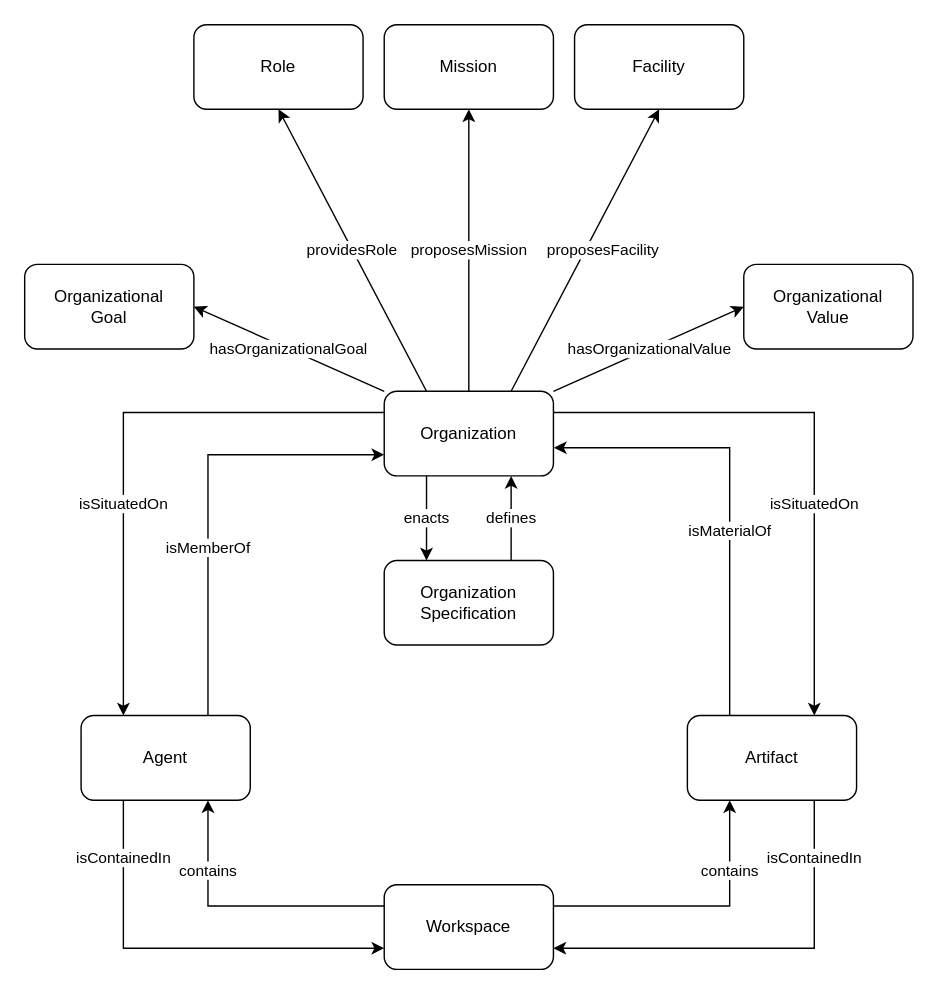
HyperAgents/hmas keeps this draw.io diagram as domains/logistics/create-organization/create-organization.drawio. Above is the earlier version. Source tidied: cells renumbered, new cells numbered last; positions are measured from the earlier drawing's top-left corner, leaving out a move shared by most shapes. Both pictures are drawn from the tidied source at 141%, with x=0, y=0 at pixel (24, 24).
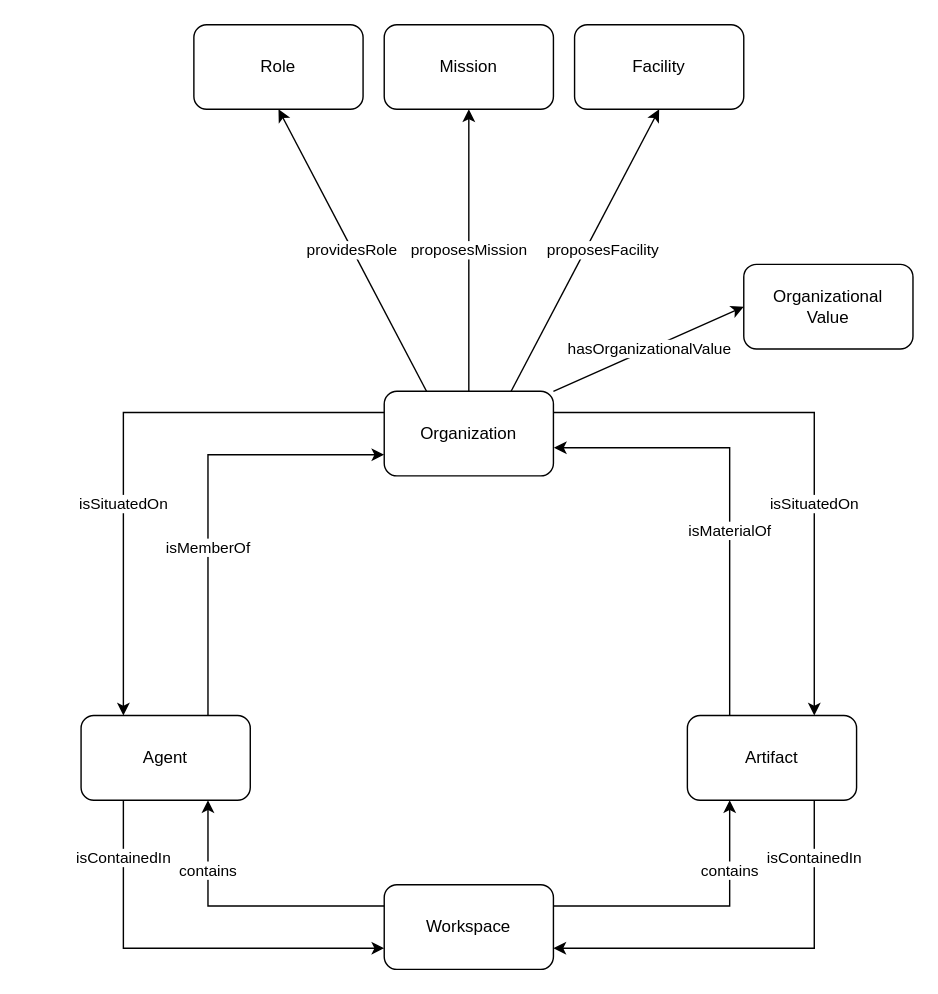
The same diagram, later.

The change refers to these unchanged cells:
```xml
<mxCell id="9" value="Organization" style="rounded=1;whiteSpace=wrap;html=1;" parent="1" vertex="1">
  <mxGeometry x="255" y="260" width="120" height="60" as="geometry" />
</mxCell>
```

The edit, as a diff of the source:
```diff
@@
-    <mxCell id="2" value="Organization Specification" style="rounded=1;whiteSpace=wrap;html=1;" parent="1" vertex="1">
-      <mxGeometry x="255" y="380" width="120" height="60" as="geometry" />
-    </mxCell>
@@
-    <mxCell id="8" value="hasOrganizationalGoal" style="rounded=0;jettySize=auto;html=1;exitX=0;exitY=0;exitDx=0;exitDy=0;entryX=1;entryY=0.5;entryDx=0;entryDy=0;" parent="1" edge="1" source="9" target="22">
-      <mxGeometry relative="1" as="geometry" />
-    </mxCell>
@@
-    <mxCell id="12" value="enacts" style="endArrow=none;html=1;rounded=0;entryX=0.25;entryY=1;entryDx=0;entryDy=0;exitX=0.25;exitY=0;exitDx=0;exitDy=0;startArrow=classic;startFill=1;endFill=0;" parent="1" edge="1" source="2" target="9">
-      <mxGeometry relative="1" as="geometry" />
-    </mxCell>
-    <mxCell id="13" value="defines" style="endArrow=classic;html=1;rounded=0;entryX=0.75;entryY=1;entryDx=0;entryDy=0;exitX=0.75;exitY=0;exitDx=0;exitDy=0;" parent="1" edge="1" source="2" target="9">
-      <mxGeometry relative="1" as="geometry" />
-    </mxCell>
@@
-    <mxCell id="22" value="&lt;div&gt;Organizational&lt;/div&gt;&lt;div&gt;Goal&lt;/div&gt;" style="rounded=1;whiteSpace=wrap;html=1;" parent="1" vertex="1">
-      <mxGeometry y="170" width="120" height="60" as="geometry" />
-    </mxCell>
```
